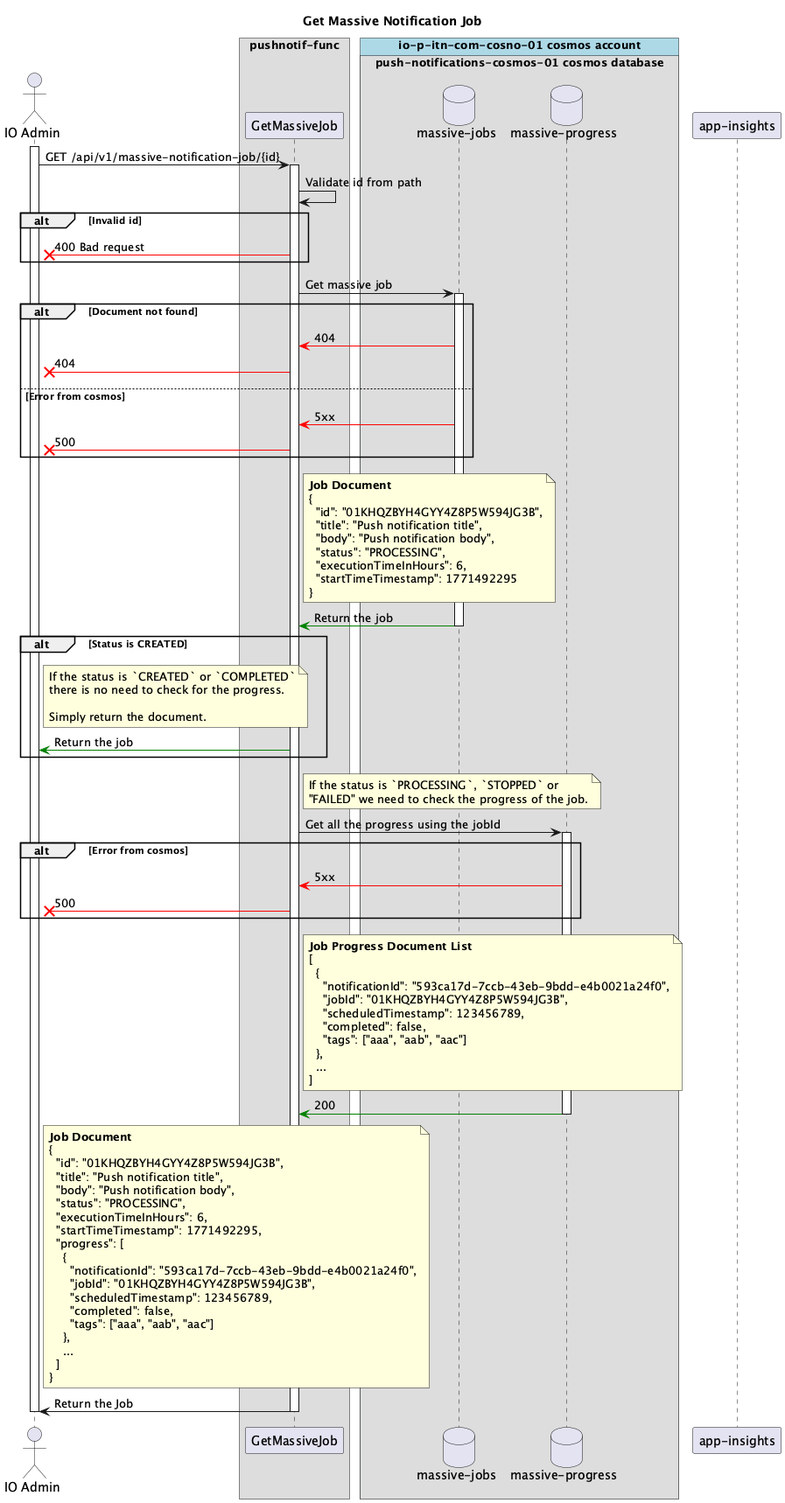
Before: apps/pushnotif-func/docs/png/get-massive-job.png, a diagram exported from PlantUML (pagopa/io-messages).
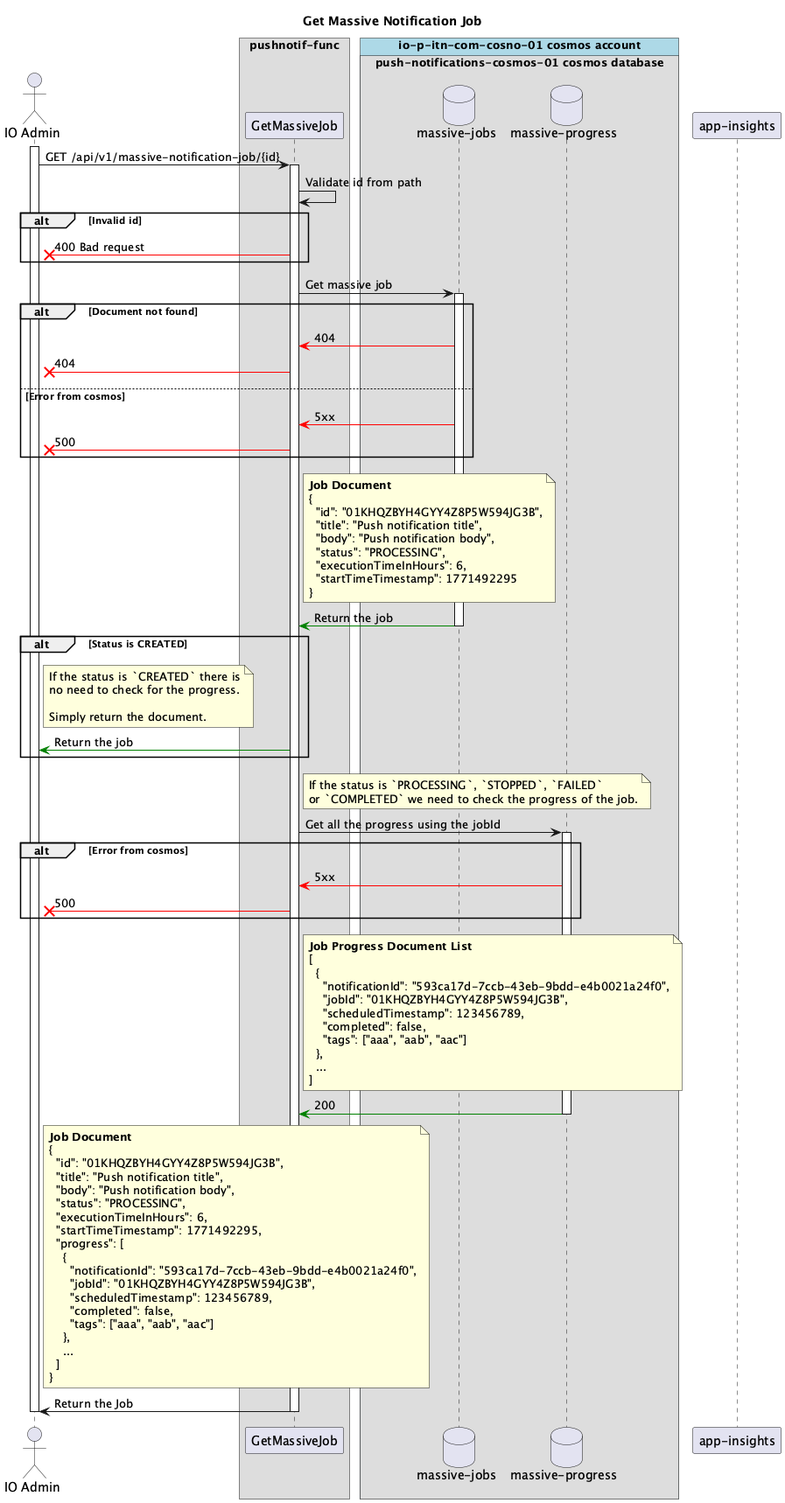
The same diagram one commit later.

What changed in the source:
```diff
@@ -56,8 +56,8 @@
 
 alt Status is CREATED
   note right of admin
-    If the status is `CREATED` or `COMPLETED`
-    there is no need to check for the progress.
+    If the status is `CREATED` there is
+    no need to check for the progress.
 
     Simply return the document.
   end note
@@ -65,8 +65,8 @@
 end
 
 note right of gmj
-  If the status is `PROCESSING`, `STOPPED` or
-  "FAILED" we need to check the progress of the job.
+  If the status is `PROCESSING`, `STOPPED`, `FAILED`
+  or `COMPLETED` we need to check the progress of the job.
 end note
 
 gmj -> mjp : Get all the progress using the jobId
```
